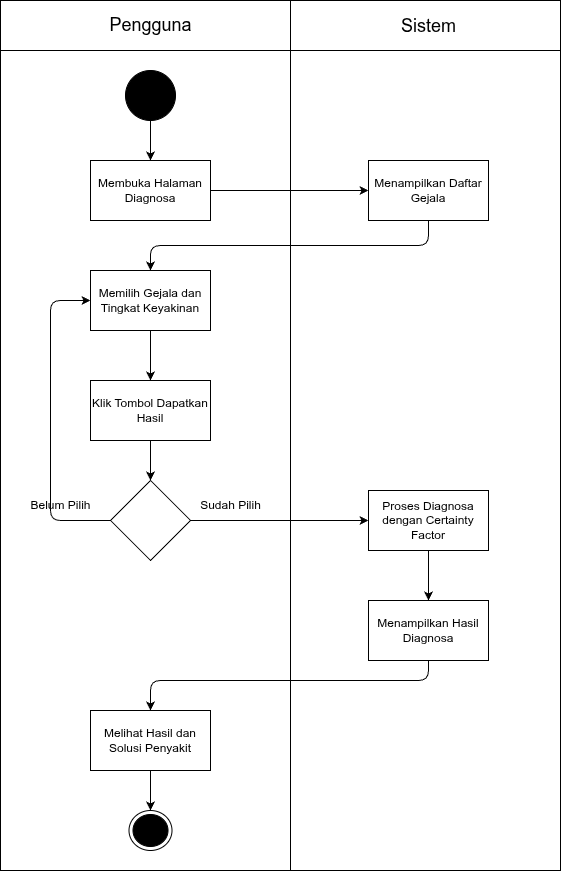
This is diagram/activity/pengguna/diagnosa-penyakit.png from RajaSunrise/kangkungku, a draw.io export, as it was before one commit. Source tidied: cells renumbered, new cells last; positions are measured from the earlier drawing's top-left corner, leaving out a move shared by most shapes.
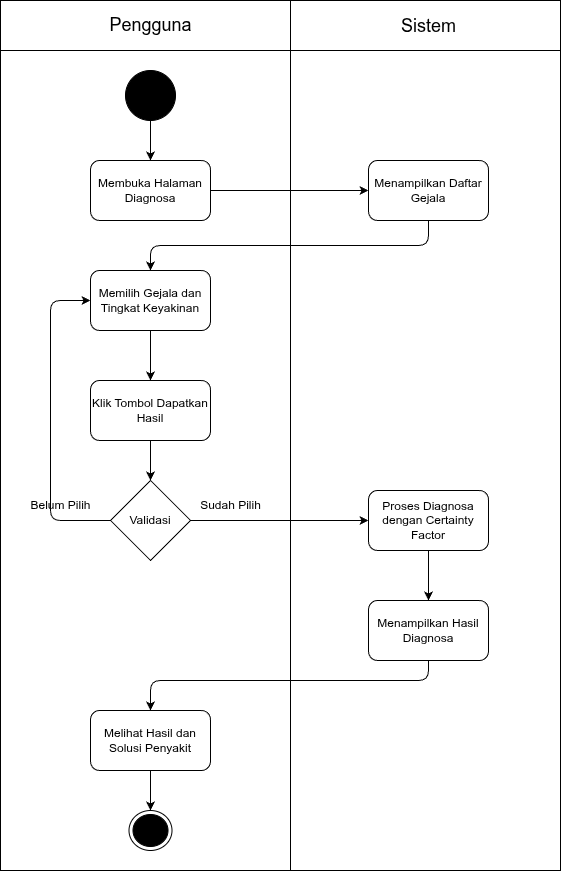
After the change.

The edit, as a diff of the source:
```diff
@@ -17,16 +17,16 @@
     <mxCell id="6" style="endArrow=classic;html=1;" parent="1" edge="1" source="5" target="7">
       <mxGeometry relative="1" as="geometry" />
     </mxCell>
-    <mxCell id="7" value="Membuka Halaman Diagnosa" style="rounded=0;whiteSpace=wrap;html=1;" parent="1" vertex="1">
+    <mxCell id="7" value="Membuka Halaman Diagnosa" style="rounded=1;whiteSpace=wrap;html=1;" parent="1" vertex="1">
       <mxGeometry x="90" y="160" width="120" height="60" as="geometry" />
     </mxCell>
-    <mxCell id="8" value="Menampilkan Daftar Gejala" style="rounded=0;whiteSpace=wrap;html=1;" parent="1" vertex="1">
+    <mxCell id="8" value="Menampilkan Daftar Gejala" style="rounded=1;whiteSpace=wrap;html=1;" parent="1" vertex="1">
       <mxGeometry x="368" y="160" width="120" height="60" as="geometry" />
     </mxCell>
     <mxCell id="9" style="endArrow=classic;html=1;" parent="1" edge="1" source="7" target="8">
       <mxGeometry relative="1" as="geometry" />
     </mxCell>
-    <mxCell id="10" value="Memilih Gejala dan Tingkat Keyakinan" style="rounded=0;whiteSpace=wrap;html=1;" parent="1" vertex="1">
+    <mxCell id="10" value="Memilih Gejala dan Tingkat Keyakinan" style="rounded=1;whiteSpace=wrap;html=1;" parent="1" vertex="1">
       <mxGeometry x="90" y="270" width="120" height="60" as="geometry" />
     </mxCell>
     <mxCell id="11" style="endArrow=classic;html=1;" parent="1" edge="1" source="8" target="10">
@@ -37,13 +37,13 @@
         </Array>
       </mxGeometry>
     </mxCell>
-    <mxCell id="12" value="Klik Tombol Dapatkan Hasil" style="rounded=0;whiteSpace=wrap;html=1;" parent="1" vertex="1">
+    <mxCell id="12" value="Klik Tombol Dapatkan Hasil" style="rounded=1;whiteSpace=wrap;html=1;" parent="1" vertex="1">
       <mxGeometry x="90" y="380" width="120" height="60" as="geometry" />
     </mxCell>
     <mxCell id="13" style="endArrow=classic;html=1;" parent="1" edge="1" source="10" target="12">
       <mxGeometry relative="1" as="geometry" />
     </mxCell>
-    <mxCell id="14" style="rhombus;whiteSpace=wrap;html=1;" parent="1" vertex="1">
+    <mxCell id="14" value="Validasi" style="rhombus;whiteSpace=wrap;html=1;" parent="1" vertex="1">
       <mxGeometry x="110" y="480" width="80" height="80" as="geometry" />
     </mxCell>
     <mxCell id="15" style="endArrow=classic;html=1;" parent="1" edge="1" source="12" target="14">
@@ -63,19 +63,19 @@
         </Array>
       </mxGeometry>
     </mxCell>
-    <mxCell id="19" value="Proses Diagnosa dengan Certainty Factor" style="rounded=0;whiteSpace=wrap;html=1;" parent="1" vertex="1">
+    <mxCell id="19" value="Proses Diagnosa dengan Certainty Factor" style="rounded=1;whiteSpace=wrap;html=1;" parent="1" vertex="1">
       <mxGeometry x="368" y="490" width="120" height="60" as="geometry" />
     </mxCell>
     <mxCell id="20" style="endArrow=classic;html=1;" parent="1" edge="1" source="14" target="19">
       <mxGeometry relative="1" as="geometry" />
     </mxCell>
-    <mxCell id="21" value="Menampilkan Hasil Diagnosa" style="rounded=0;whiteSpace=wrap;html=1;" parent="1" vertex="1">
+    <mxCell id="21" value="Menampilkan Hasil Diagnosa" style="rounded=1;whiteSpace=wrap;html=1;" parent="1" vertex="1">
       <mxGeometry x="368" y="600" width="120" height="60" as="geometry" />
     </mxCell>
     <mxCell id="22" style="endArrow=classic;html=1;" parent="1" edge="1" source="19" target="21">
       <mxGeometry relative="1" as="geometry" />
     </mxCell>
-    <mxCell id="23" value="Melihat Hasil dan Solusi Penyakit" style="rounded=0;whiteSpace=wrap;html=1;" parent="1" vertex="1">
+    <mxCell id="23" value="Melihat Hasil dan Solusi Penyakit" style="rounded=1;whiteSpace=wrap;html=1;" parent="1" vertex="1">
       <mxGeometry x="90" y="710" width="120" height="60" as="geometry" />
     </mxCell>
     <mxCell id="24" style="endArrow=classic;html=1;" parent="1" edge="1" source="21" target="23">
```
